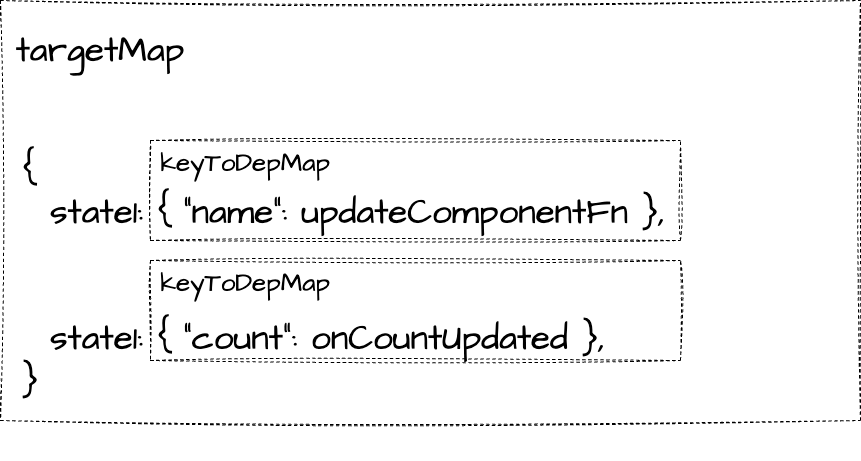
Above: book/images/target_map.drawio.png in ubugeeei/chibivue (draw.io), before the change. Source tidied: cells renumbered, new cells last; positions are measured from the earlier drawing's top-left corner, leaving out a move shared by most shapes. The source it was exported from:
```xml
<mxGraphModel>
  <root>
    <mxCell id="0" />
    <mxCell id="1" parent="0" />
    <mxCell id="2" style="swimlane;startSize=0;sketch=1;hachureGap=4;jiggle=2;curveFitting=1;fontFamily=Architects Daughter;fontSource=https%3A%2F%2Ffonts.googleapis.com%2Fcss%3Ffamily%3DArchitects%2BDaughter;fontSize=35;dashed=1;" parent="1" vertex="1">
      <mxGeometry width="860" height="420" as="geometry" />
    </mxCell>
    <mxCell id="3" value="&lt;font style=&quot;font-size: 35px;&quot;&gt;{&lt;br&gt;&amp;nbsp; state1: { &quot;name&quot;: updateComponentFn },&lt;br&gt;&lt;br&gt;&lt;br&gt;&amp;nbsp; state1: { &quot;count&quot;: onCountUpdated },&lt;br&gt;}&lt;/font&gt;" style="text;html=1;strokeColor=none;fillColor=none;align=left;verticalAlign=middle;whiteSpace=wrap;rounded=0;sketch=1;hachureGap=4;jiggle=2;curveFitting=1;fontFamily=Architects Daughter;fontSource=https%3A%2F%2Ffonts.googleapis.com%2Fcss%3Ffamily%3DArchitects%2BDaughter;fontSize=20;" parent="2" vertex="1">
      <mxGeometry x="20" y="90" width="790" height="370" as="geometry" />
    </mxCell>
    <mxCell id="4" value="targetMap" style="text;html=1;strokeColor=none;fillColor=none;align=center;verticalAlign=middle;whiteSpace=wrap;rounded=0;dashed=1;sketch=1;hachureGap=4;jiggle=2;curveFitting=1;fontFamily=Architects Daughter;fontSource=https%3A%2F%2Ffonts.googleapis.com%2Fcss%3Ffamily%3DArchitects%2BDaughter;fontSize=35;" parent="2" vertex="1">
      <mxGeometry x="10" y="10" width="180" height="80" as="geometry" />
    </mxCell>
    <mxCell id="5" style="swimlane;startSize=0;dashed=1;sketch=1;hachureGap=4;jiggle=2;curveFitting=1;fontFamily=Architects Daughter;fontSource=https%3A%2F%2Ffonts.googleapis.com%2Fcss%3Ffamily%3DArchitects%2BDaughter;fontSize=35;" parent="2" vertex="1">
      <mxGeometry x="150" y="140" width="530" height="100" as="geometry" />
    </mxCell>
    <mxCell id="6" style="swimlane;startSize=0;dashed=1;sketch=1;hachureGap=4;jiggle=2;curveFitting=1;fontFamily=Architects Daughter;fontSource=https%3A%2F%2Ffonts.googleapis.com%2Fcss%3Ffamily%3DArchitects%2BDaughter;fontSize=35;" parent="2" vertex="1">
      <mxGeometry x="150" y="260" width="530" height="100" as="geometry" />
    </mxCell>
    <mxCell id="7" value="&lt;span style=&quot;font-size: 26px;&quot;&gt;keyToDepMap&lt;/span&gt;" style="text;html=1;strokeColor=none;fillColor=none;align=center;verticalAlign=middle;whiteSpace=wrap;rounded=0;dashed=1;sketch=1;hachureGap=4;jiggle=2;curveFitting=1;fontFamily=Architects Daughter;fontSource=https%3A%2F%2Ffonts.googleapis.com%2Fcss%3Ffamily%3DArchitects%2BDaughter;fontSize=35;" parent="2" vertex="1">
      <mxGeometry x="180" y="140" width="130" height="40" as="geometry" />
    </mxCell>
    <mxCell id="8" value="&lt;span style=&quot;font-size: 26px;&quot;&gt;keyToDepMap&lt;/span&gt;" style="text;html=1;strokeColor=none;fillColor=none;align=center;verticalAlign=middle;whiteSpace=wrap;rounded=0;dashed=1;sketch=1;hachureGap=4;jiggle=2;curveFitting=1;fontFamily=Architects Daughter;fontSource=https%3A%2F%2Ffonts.googleapis.com%2Fcss%3Ffamily%3DArchitects%2BDaughter;fontSize=35;" parent="2" vertex="1">
      <mxGeometry x="180" y="260" width="130" height="40" as="geometry" />
    </mxCell>
  </root>
</mxGraphModel>
```
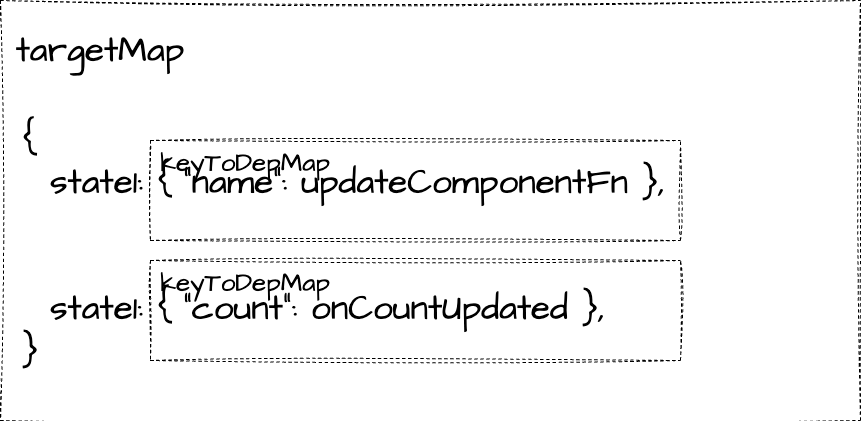
After the commit.

What changed in the source:
```diff
@@ -1,4 +1,4 @@
-<mxGraphModel>
+<mxGraphModel background="#ffffff">
   <root>
     <mxCell id="0" />
     <mxCell id="1" parent="0" />
@@ -6,7 +6,7 @@
       <mxGeometry width="860" height="420" as="geometry" />
     </mxCell>
     <mxCell id="3" value="&lt;font style=&quot;font-size: 35px;&quot;&gt;{&lt;br&gt;&amp;nbsp; state1: { &quot;name&quot;: updateComponentFn },&lt;br&gt;&lt;br&gt;&lt;br&gt;&amp;nbsp; state1: { &quot;count&quot;: onCountUpdated },&lt;br&gt;}&lt;/font&gt;" style="text;html=1;strokeColor=none;fillColor=none;align=left;verticalAlign=middle;whiteSpace=wrap;rounded=0;sketch=1;hachureGap=4;jiggle=2;curveFitting=1;fontFamily=Architects Daughter;fontSource=https%3A%2F%2Ffonts.googleapis.com%2Fcss%3Ffamily%3DArchitects%2BDaughter;fontSize=20;" parent="2" vertex="1">
-      <mxGeometry x="20" y="90" width="790" height="370" as="geometry" />
+      <mxGeometry x="20" y="90" width="790" height="310" as="geometry" />
     </mxCell>
     <mxCell id="4" value="targetMap" style="text;html=1;strokeColor=none;fillColor=none;align=center;verticalAlign=middle;whiteSpace=wrap;rounded=0;dashed=1;sketch=1;hachureGap=4;jiggle=2;curveFitting=1;fontFamily=Architects Daughter;fontSource=https%3A%2F%2Ffonts.googleapis.com%2Fcss%3Ffamily%3DArchitects%2BDaughter;fontSize=35;" parent="2" vertex="1">
       <mxGeometry x="10" y="10" width="180" height="80" as="geometry" />
```
